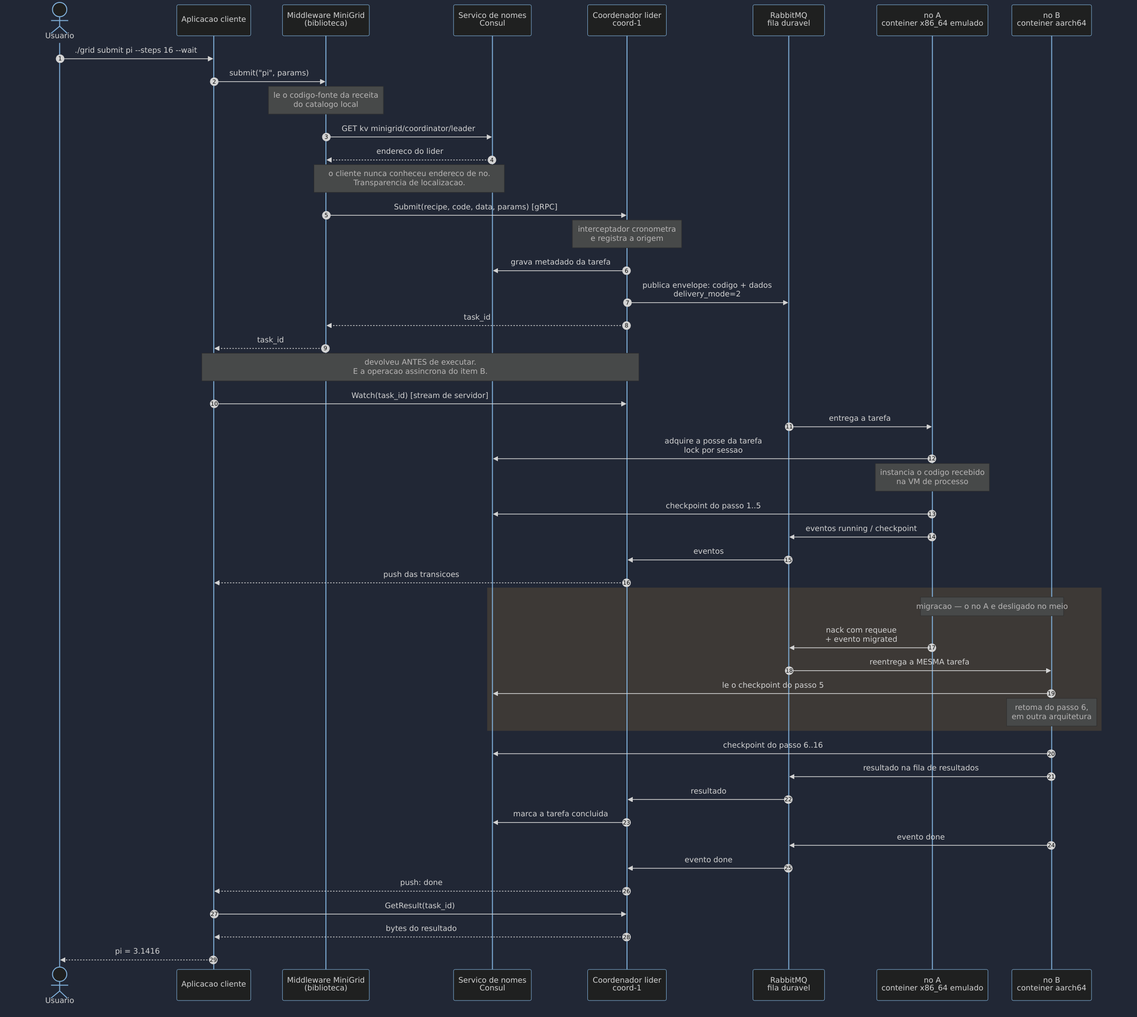
Earlier version of the Mermaid export docs/caminho-da-tarefa.png (LeonardoMarcelo/project-distributed-systems). Its source is kept beside it as docs/caminho-da-tarefa.mmd.
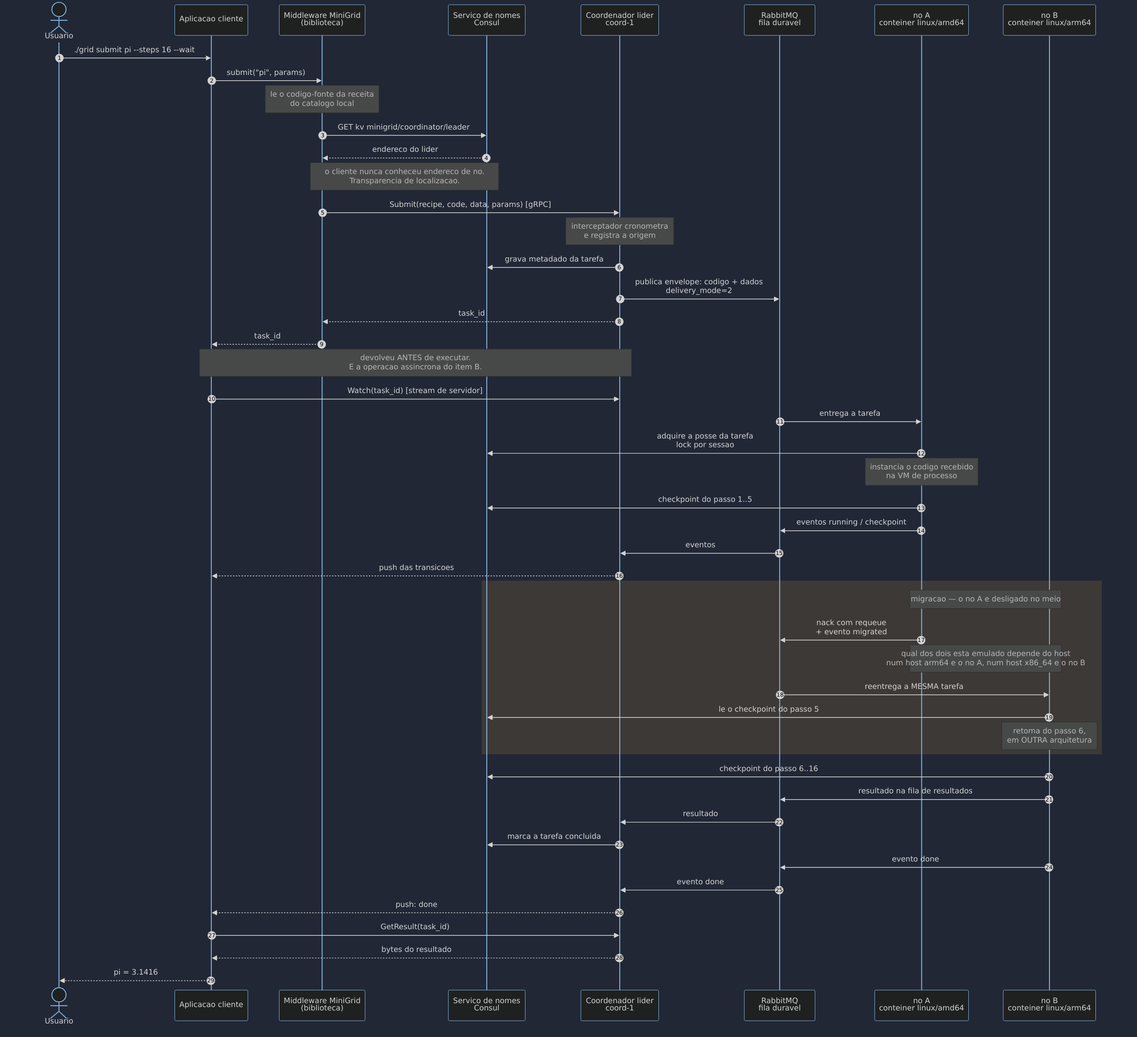
After the commit.

Commit message:
docs: regenera o diagrama de sequencia

O commit anterior trocou os rotulos mas o PNG nao foi regenerado: parenteses e
ponto-e-virgula dentro de um Note quebram o parser do Mermaid, e eu commitei
sem conferir a saida. Texto simplificado e PNG conferido visualmente.

Change to the diagram source:
```diff
@@ -38,9 +38,10 @@
   rect rgba(232,163,61,0.14)
     Note over W1,W2: migracao — o no A e desligado no meio
     W1->>MQ: nack com requeue<br/>+ evento migrated
+    Note over W1,W2: qual dos dois esta emulado depende do host<br/>num host arm64 e o no A, num host x86_64 e o no B
     MQ->>W2: reentrega a MESMA tarefa
     W2->>NS: le o checkpoint do passo 5
-    Note over W2: retoma do passo 6,<br/>em OUTRA arquitetura<br/>(num host arm64 o no A e o emulado;<br/>num host x86_64, o no B)
+    Note over W2: retoma do passo 6,<br/>em OUTRA arquitetura
   end
 
   W2->>NS: checkpoint do passo 6..16
```
